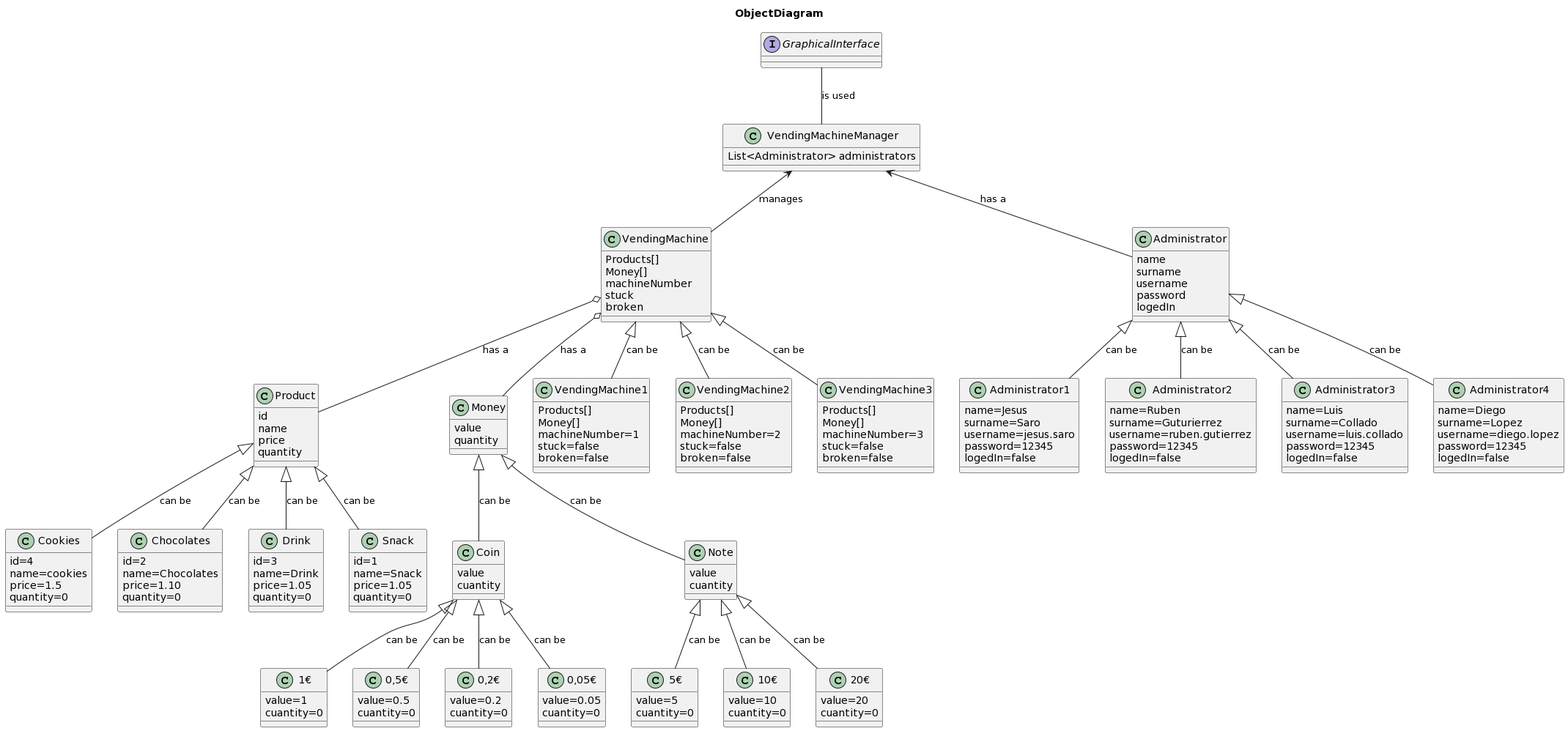
mmasias/idsw2 keeps this PlantUML diagram as docs/diagrams/object diagram/DiagramObjectBeforeStart.png. Above is the earlier version. The source it was exported from:
```plantuml
@startuml
title ObjectDiagram
class Product{
id
name
price
quantity
}
class Money{
value
quantity
}
class Coin{
value
cuantity
}
class Note{
value
cuantity
}
class Cookies{
id=4
name=cookies
price=1.5
quantity=0
}
class Chocolates{
id=2
name=Chocolates
price=1.10
quantity=0
}
class Drink{
id=3
name=Drink
price=1.05
quantity=0
}
class Snack{
id=1
name=Snack
price=1.05
quantity=0
}

class VendingMachine{
Products[]
Money[]
machineNumber
stuck
broken
}

class VendingMachine1{
Products[]
Money[]
machineNumber=1
stuck=false
broken=false
}

class VendingMachine2{
Products[]
Money[]
machineNumber=2
stuck=false
broken=false
}

class VendingMachine3{
Products[]
Money[]
machineNumber=3
stuck=false
broken=false
}


class VendingMachineManager{
List<Administrator> administrators
}
class Administrator{
name
surname
username
password
logedIn
}

Administrator <|-- Administrator1 : can be
Administrator <|-- Administrator2 : can be
Administrator <|-- Administrator3 : can be
Administrator <|-- Administrator4 : can be



class Administrator1{
name=Jesus
surname=Saro
username=jesus.saro
password=12345
logedIn=false
}

class Administrator2{
name=Ruben
surname=Guturierrez
username=ruben.gutierrez
password=12345
logedIn=false
}

class Administrator3{
name=Luis
surname=Collado
username=luis.collado
password=12345
logedIn=false
}

class Administrator4{
name=Diego
surname=Lopez
username=diego.lopez
password=12345
logedIn=false
}

class 1€{
value=1
cuantity=0
}

class 0,5€{
value=0.5
cuantity=0
}

class 0,2€{
value=0.2
cuantity=0
}

class 0,05€{
value=0.05
cuantity=0
}

class 5€{
value=5
cuantity=0
}

class 10€{
value=10
cuantity=0
}

class 20€{
value=20
cuantity=0
}
interface GraphicalInterface
GraphicalInterface-- VendingMachineManager : is used
VendingMachine o-- Product : has a
VendingMachine o-- Money : has a
VendingMachineManager <-- Administrator : has a

VendingMachineManager <-- VendingMachine : manages
Money <|-- Coin : can be
Money <|-- Note : can be

Product <|-- Cookies : can be
Product <|-- Drink : can be
Product <|-- Chocolates: can be
Product <|-- Snack : can be

Coin <|-- "1€" : can be
Coin <|-- "0,5€" : can be
Coin <|-- "0,2€" : can be
Coin <|-- "0,05€" : can be

Note <|-- "5€" : can be
Note <|-- "10€" : can be
Note <|-- "20€" : can be

VendingMachine <|-- VendingMachine1 : can be
VendingMachine <|-- VendingMachine2 : can be
VendingMachine <|-- VendingMachine3 : can be
@enduml
```
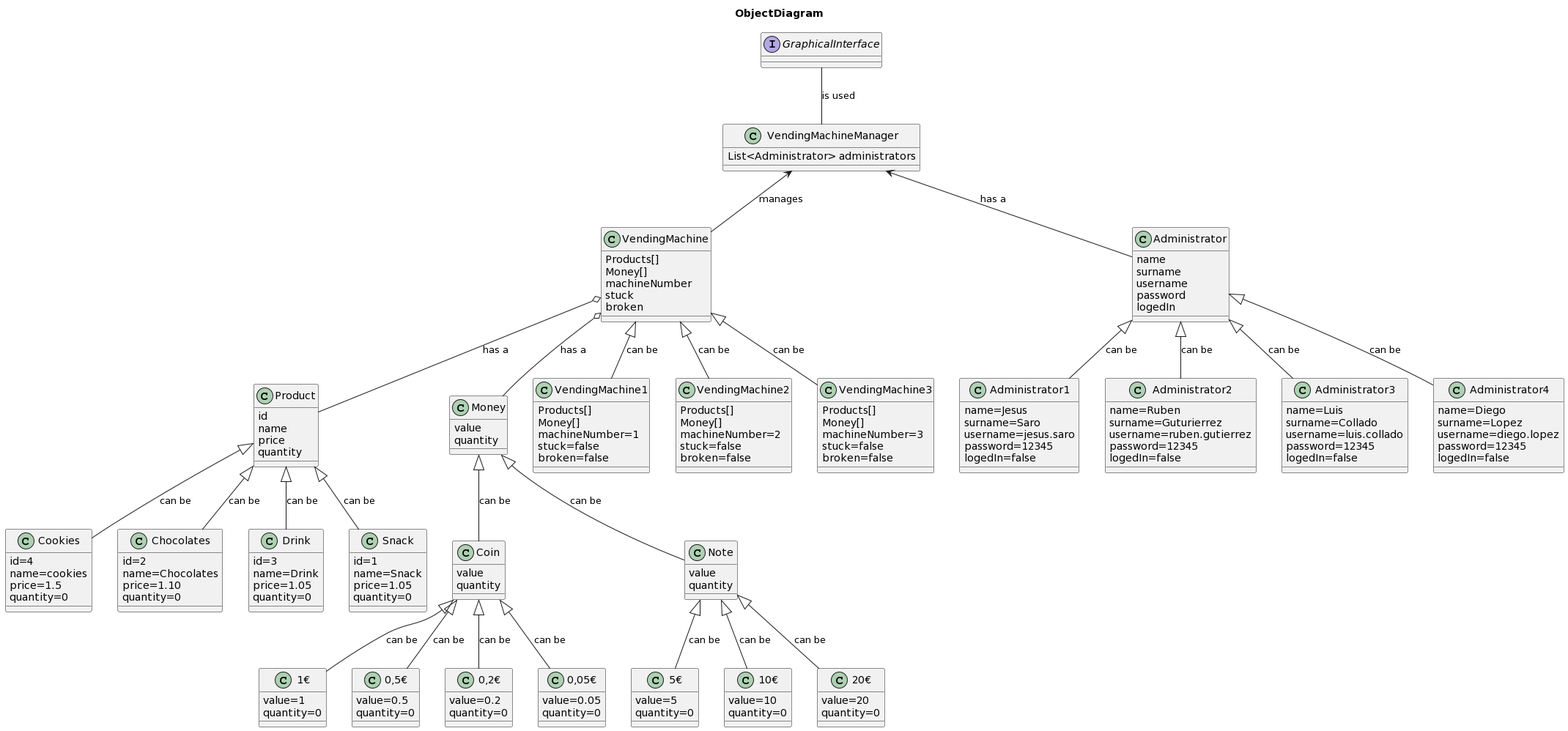
Later version of the same file.

Commit message:
adding DiagramObjectInProgress and fixing errors in DiagramObjectBeforeStart

The edit, as a diff of the source:
```diff
@@ -12,11 +12,11 @@
 }
 class Coin{
 value
-cuantity
+quantity
 }
 class Note{
 value
-cuantity
+quantity
 }
 class Cookies{
 id=4
@@ -128,37 +128,37 @@
 
 class 1€{
 value=1
-cuantity=0
+quantity=0
 }
 
 class 0,5€{
 value=0.5
-cuantity=0
+quantity=0
 }
 
 class 0,2€{
 value=0.2
-cuantity=0
+quantity=0
 }
 
 class 0,05€{
 value=0.05
-cuantity=0
+quantity=0
 }
 
 class 5€{
 value=5
-cuantity=0
+quantity=0
 }
 
 class 10€{
 value=10
-cuantity=0
+quantity=0
 }
 
 class 20€{
 value=20
-cuantity=0
+quantity=0
 }
 interface GraphicalInterface
 GraphicalInterface-- VendingMachineManager : is used
```
